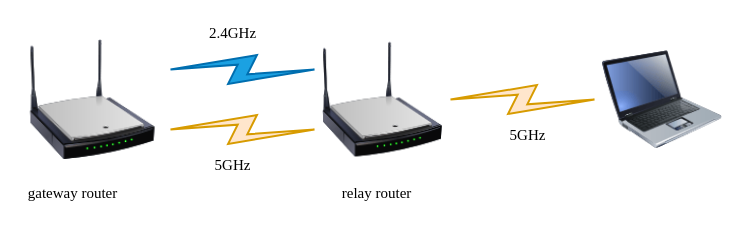
BeAHappyMan/note keeps this draw.io diagram as 中继/picture/source/dual_band_relay_scene.drawio. Above is the earlier version. Source tidied: cells renumbered, new cells numbered last; positions are measured from the earlier drawing's top-left corner, leaving out a move shared by most shapes. Both pictures are drawn from the tidied source at 100%, with x=0, y=0 at pixel (17, 17).
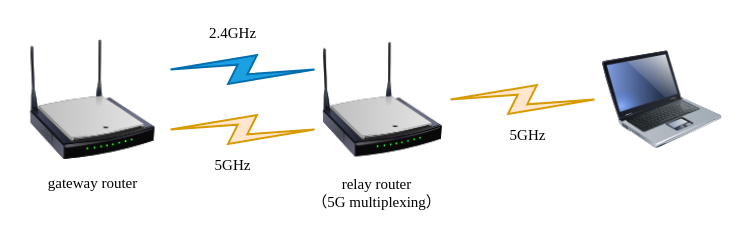
After the change.

The edit, as a diff of the source:
```diff
@@
 <mxGraphModel>
   <root>
     <mxCell id="0" />
     <mxCell id="1" parent="0" />
     <mxCell id="2" style="image;html=1;image=img/lib/clip_art/networking/Wireless_Router_N_128x128.png;fontFamily=Times New Roman;fontSize=15;" parent="1" vertex="1">
       <mxGeometry x="5" y="22" width="140" height="120" as="geometry" />
     </mxCell>
     <mxCell id="3" style="image;html=1;image=img/lib/clip_art/networking/Wireless_Router_N_128x128.png;fontFamily=Times New Roman;fontSize=15;" parent="1" vertex="1">
       <mxGeometry x="305" y="22" width="120" height="120" as="geometry" />
     </mxCell>
     <mxCell id="4" style="image;html=1;image=img/lib/clip_art/computers/Laptop_128x128.png;fontFamily=Times New Roman;fontSize=15;" parent="1" vertex="1">
       <mxGeometry x="585" y="22" width="120" height="120" as="geometry" />
     </mxCell>
     <mxCell id="5" style="html=1;outlineConnect=0;fillColor=#1ba1e2;strokeColor=#006EAF;gradientDirection=north;strokeWidth=2;shape=mxgraph.networks.comm_link_edge;html=1;rounded=0;exitX=1;exitY=0.25;exitDx=0;exitDy=0;entryX=0;entryY=0.25;entryDx=0;entryDy=0;fontFamily=Times New Roman;fontSize=15;" parent="1" edge="1" source="2" target="3">
       <mxGeometry relative="1" as="geometry" />
     </mxCell>
     <mxCell id="6" style="html=1;outlineConnect=0;fillColor=#ffe6cc;strokeColor=#d79b00;gradientDirection=north;strokeWidth=2;shape=mxgraph.networks.comm_link_edge;html=1;rounded=0;exitX=1;exitY=0.75;exitDx=0;exitDy=0;entryX=0;entryY=0.75;entryDx=0;entryDy=0;fontFamily=Times New Roman;fontSize=15;" parent="1" edge="1" source="2" target="3">
       <mxGeometry relative="1" as="geometry" />
     </mxCell>
     <mxCell id="7" style="html=1;outlineConnect=0;fillColor=#ffe6cc;strokeColor=#d79b00;gradientDirection=north;strokeWidth=2;shape=mxgraph.networks.comm_link_edge;html=1;rounded=0;exitX=1;exitY=0.5;exitDx=0;exitDy=0;entryX=0;entryY=0.5;entryDx=0;entryDy=0;fontFamily=Times New Roman;fontSize=15;" parent="1" edge="1" source="3" target="4">
       <mxGeometry relative="1" as="geometry" />
     </mxCell>
     <mxCell id="8" value="2.4GHz" style="text;html=1;align=center;verticalAlign=middle;strokeColor=none;fillColor=none;fontFamily=Times New Roman;fontSize=15;" parent="1" vertex="1">
       <mxGeometry x="180" width="70" height="30" as="geometry" />
     </mxCell>
     <mxCell id="9" value="5GHz" style="text;html=1;align=center;verticalAlign=middle;strokeColor=none;fillColor=none;fontFamily=Times New Roman;fontSize=15;" parent="1" vertex="1">
       <mxGeometry x="185" y="132" width="60" height="30" as="geometry" />
     </mxCell>
     <mxCell id="10" value="5GHz" style="text;html=1;align=center;verticalAlign=middle;strokeColor=none;fillColor=none;fontFamily=Times New Roman;fontSize=15;" parent="1" vertex="1">
       <mxGeometry x="480" y="102" width="60" height="30" as="geometry" />
     </mxCell>
     <mxCell id="11" value="gateway router" style="text;html=1;align=center;verticalAlign=middle;strokeColor=none;fillColor=none;fontFamily=Times New Roman;fontSize=15;" parent="1" vertex="1">
-      <mxGeometry y="160" width="110" height="30" as="geometry" />
+      <mxGeometry x="20" y="150" width="110" height="30" as="geometry" />
     </mxCell>
-    <mxCell id="12" value="relay router" style="text;html=1;align=center;verticalAlign=middle;strokeColor=none;fillColor=none;fontFamily=Times New Roman;fontSize=15;" parent="1" vertex="1">
-      <mxGeometry x="314" y="160" width="90" height="30" as="geometry" />
+    <mxCell id="12" value="relay router&lt;div&gt;（5G multiplexing）&lt;br&gt;&lt;/div&gt;" style="text;html=1;align=center;verticalAlign=middle;strokeColor=none;fillColor=none;fontFamily=Times New Roman;fontSize=15;" parent="1" vertex="1">
+      <mxGeometry x="284" y="150" width="150" height="50" as="geometry" />
     </mxCell>
   </root>
 </mxGraphModel>
```
